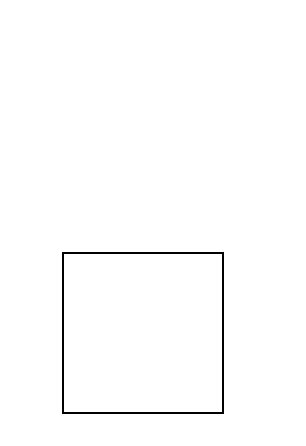
Above: Untitled Diagram.drawio in alldevic/django-react-admin (draw.io), before the change. Source tidied: cells renumbered, new cells numbered last; positions are measured from the earlier drawing's top-left corner, leaving out a move shared by most shapes. Both pictures are drawn from the tidied source at 200%, with x=0, y=0 at pixel (62, 252).
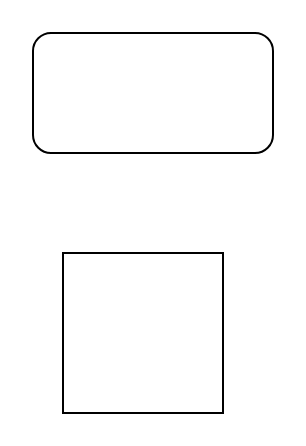
After the change.

Change to the diagram source:
```diff
@@
 <mxGraphModel>
   <root>
     <mxCell id="0" />
     <mxCell id="1" parent="0" />
     <mxCell id="2" style="whiteSpace=wrap;html=1;" parent="1" vertex="1">
       <mxGeometry width="80" height="80" as="geometry" />
     </mxCell>
+    <mxCell id="3" style="rounded=1;whiteSpace=wrap;html=1;" parent="1" vertex="1">
+      <mxGeometry x="-15" y="-110" width="120" height="60" as="geometry" />
+    </mxCell>
   </root>
 </mxGraphModel>
```
